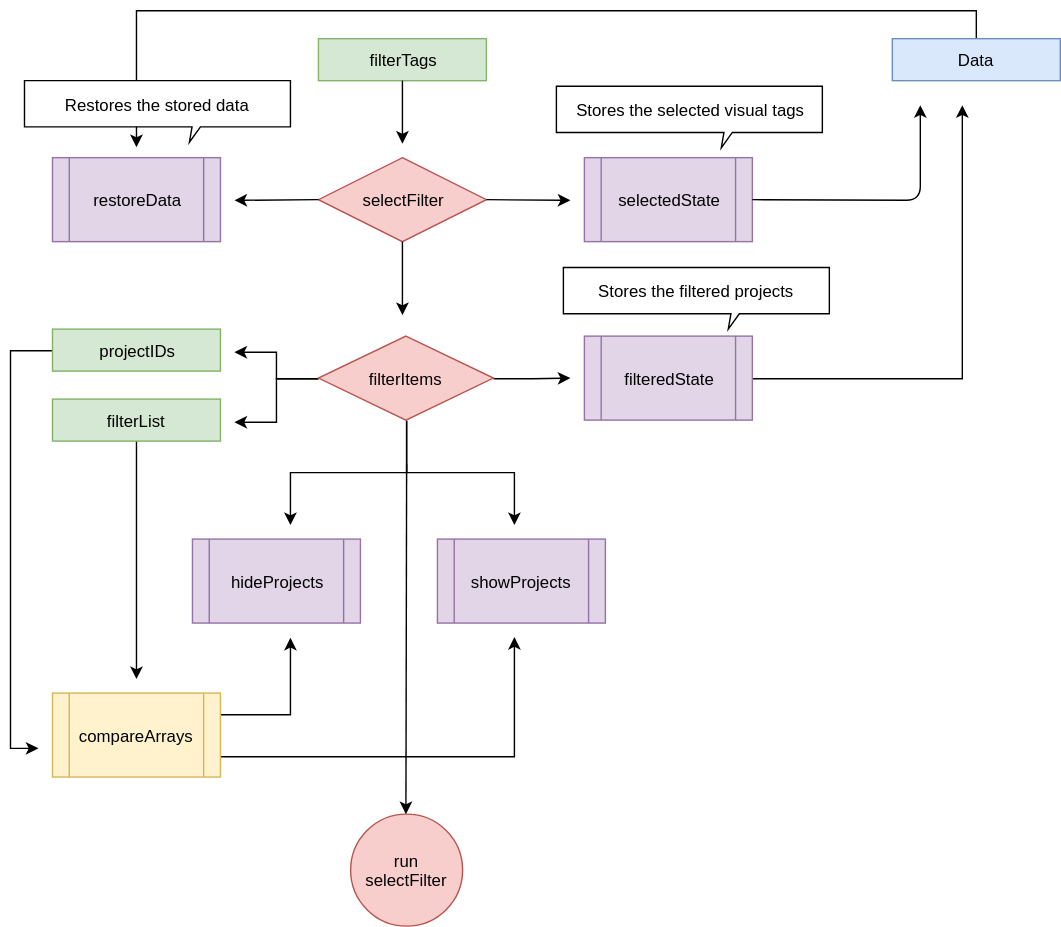
Above: assets/img/filteringsystem.svg in Syhlo/portfolio (draw.io), before the change. Source tidied: cells renumbered, new cells last; positions are measured from the earlier drawing's top-left corner, leaving out a move shared by most shapes.
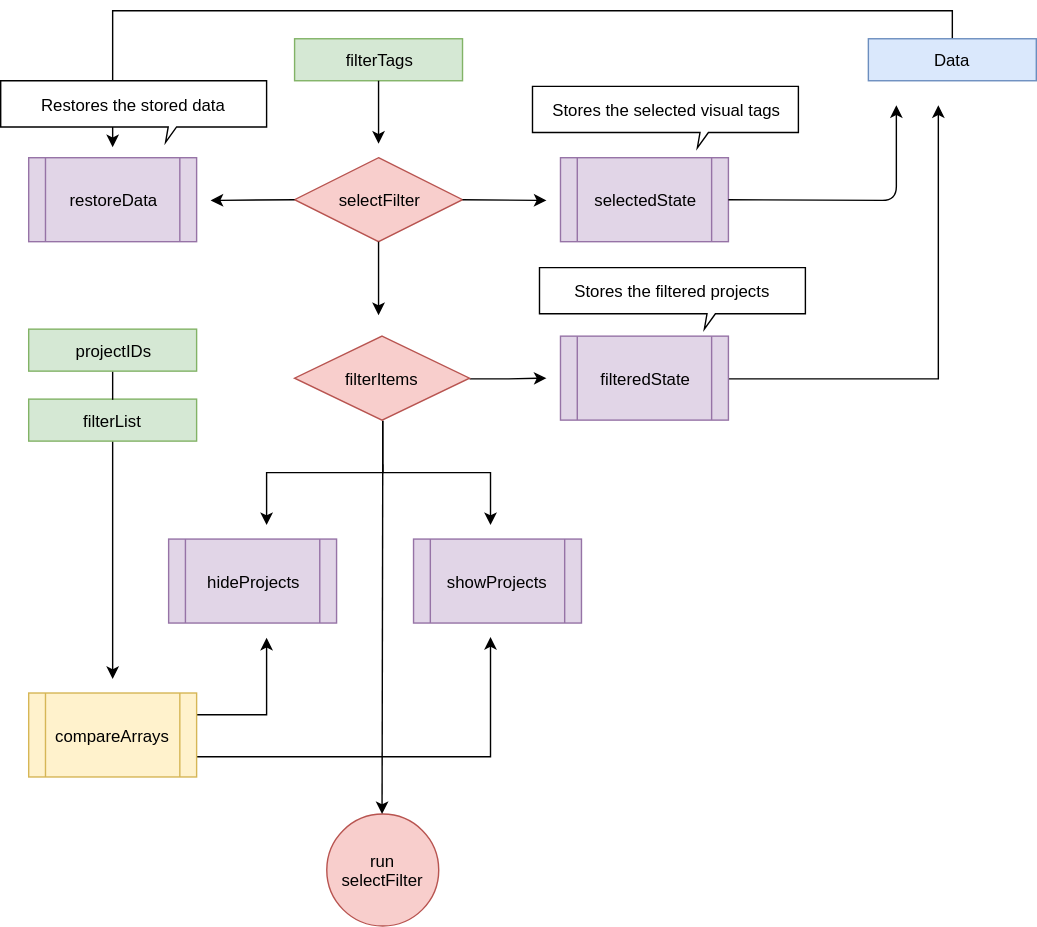
After the commit.

What changed in the source:
```diff
@@ -61,15 +61,6 @@
     <mxCell id="15" value="filterList" style="rounded=0;whiteSpace=wrap;html=1;fillColor=#d5e8d4;strokeColor=#82b366;" parent="1" vertex="1">
       <mxGeometry x="30" y="257.5" width="120" height="30" as="geometry" />
     </mxCell>
-    <mxCell id="16" style="edgeStyle=orthogonalEdgeStyle;rounded=0;html=1;exitX=0;exitY=0.5;jettySize=auto;" parent="1" edge="1" source="17">
-      <mxGeometry relative="1" as="geometry">
-        <mxPoint x="20" y="507" as="targetPoint" />
-        <Array as="points">
-          <mxPoint y="223" />
-          <mxPoint y="507" />
-        </Array>
-      </mxGeometry>
-    </mxCell>
     <mxCell id="17" value="projectIDs" style="rounded=0;whiteSpace=wrap;html=1;fillColor=#d5e8d4;strokeColor=#82b366;" parent="1" vertex="1">
       <mxGeometry x="30" y="207.5" width="120" height="30" as="geometry" />
     </mxCell>
@@ -88,20 +79,6 @@
         <mxPoint x="360" y="347.5" as="targetPoint" />
       </mxGeometry>
     </mxCell>
-    <mxCell id="21" style="edgeStyle=orthogonalEdgeStyle;rounded=0;html=1;exitX=0;exitY=0.5;jettySize=auto;" parent="1" edge="1" source="23">
-      <mxGeometry relative="1" as="geometry">
-        <mxPoint x="160" y="274" as="targetPoint" />
-        <Array as="points">
-          <mxPoint x="190" y="243" />
-          <mxPoint x="190" y="274" />
-        </Array>
-      </mxGeometry>
-    </mxCell>
-    <mxCell id="22" style="edgeStyle=orthogonalEdgeStyle;rounded=0;html=1;exitX=0;exitY=0.5;jettySize=auto;" parent="1" edge="1" source="23">
-      <mxGeometry relative="1" as="geometry">
-        <mxPoint x="160" y="224" as="targetPoint" />
-      </mxGeometry>
-    </mxCell>
     <mxCell id="23" value="filterItems&lt;br&gt;" style="rhombus;whiteSpace=wrap;html=1;fillColor=#f8cecc;strokeColor=#b85450;" parent="1" vertex="1">
       <mxGeometry x="220" y="212.5" width="125" height="60" as="geometry" />
     </mxCell>
@@ -150,5 +127,8 @@
     <mxCell id="34" value="Restores the stored data" style="shape=callout;whiteSpace=wrap;html=1;perimeter=calloutPerimeter;size=11;position=0.63;base=6;position2=0.62;fillColor=#ffffff;strokeColor=#000000;" parent="1" vertex="1">
       <mxGeometry x="10" y="30" width="190" height="44" as="geometry" />
     </mxCell>
+    <mxCell id="35" style="endArrow=none;html=1;entryX=0.5;entryY=1;exitX=0.5;exitY=0;" parent="1" edge="1" source="15" target="17">
+      <mxGeometry relative="1" as="geometry" />
+    </mxCell>
   </root>
 </mxGraphModel>
```
